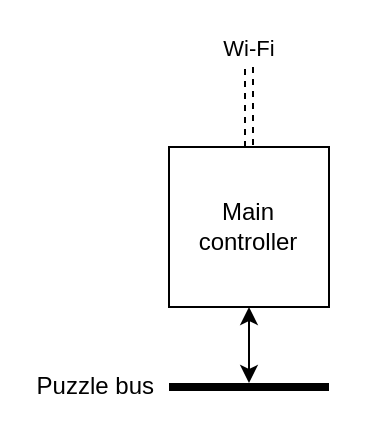
lonkaars/puzzelbox keeps this draw.io diagram as page "main-controller-top" (4 of 12) of docs/figs.drawio. Above is the earlier version. Source tidied: cells renumbered, new cells numbered last; positions are measured from the earlier drawing's top-left corner, leaving out a move shared by most shapes. Both pictures are drawn from the tidied source at 200%, with x=0, y=0 at pixel (168, 66).
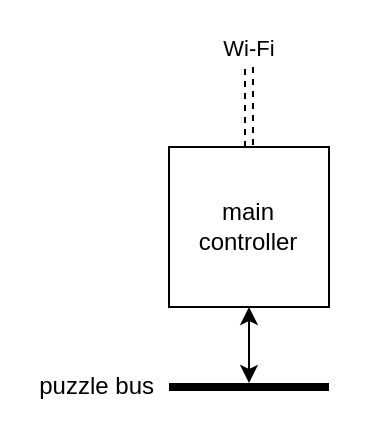
The same page after the edit.

What changed in the source:
```diff
@@
 <mxGraphModel>
   <root>
     <mxCell id="0" />
     <mxCell id="1" parent="0" />
-    <mxCell id="2" value="Main controller" style="rounded=0;whiteSpace=wrap;html=1;fontFamily=Arial;" parent="1" vertex="1">
+    <mxCell id="2" value="main controller" style="rounded=0;whiteSpace=wrap;html=1;fontFamily=Arial;" parent="1" vertex="1">
       <mxGeometry y="40" width="80" height="80" as="geometry" />
     </mxCell>
     <mxCell id="3" style="endArrow=classic;startArrow=classic;html=1;rounded=0;entryX=0.5;entryY=1;entryDx=0;entryDy=0;fontFamily=Arial;" parent="1" edge="1" source="4" target="2">
       <mxGeometry relative="1" as="geometry" />
     </mxCell>
-    <mxCell id="4" value="Puzzle bus" style="line;strokeWidth=4;html=1;perimeter=backbonePerimeter;points=[];outlineConnect=0;align=right;labelPosition=left;verticalLabelPosition=middle;verticalAlign=middle;spacingTop=0;spacing=8;fontFamily=Arial;" parent="1" vertex="1">
+    <mxCell id="4" value="puzzle bus" style="line;strokeWidth=4;html=1;perimeter=backbonePerimeter;points=[];outlineConnect=0;align=right;labelPosition=left;verticalLabelPosition=middle;verticalAlign=middle;spacingTop=0;spacing=8;fontFamily=Arial;" parent="1" vertex="1">
       <mxGeometry y="150" width="80" height="20" as="geometry" />
     </mxCell>
     <mxCell id="5" value="Wi-Fi" style="shape=link;html=1;rounded=0;edgeStyle=orthogonalEdgeStyle;dashed=1;labelPosition=center;verticalLabelPosition=top;align=center;verticalAlign=bottom;fontFamily=Arial;" parent="1" edge="1" source="2">
       <mxGeometry x="1" relative="1" as="geometry">
         <mxPoint x="40" as="targetPoint" />
       </mxGeometry>
     </mxCell>
   </root>
 </mxGraphModel>
```
